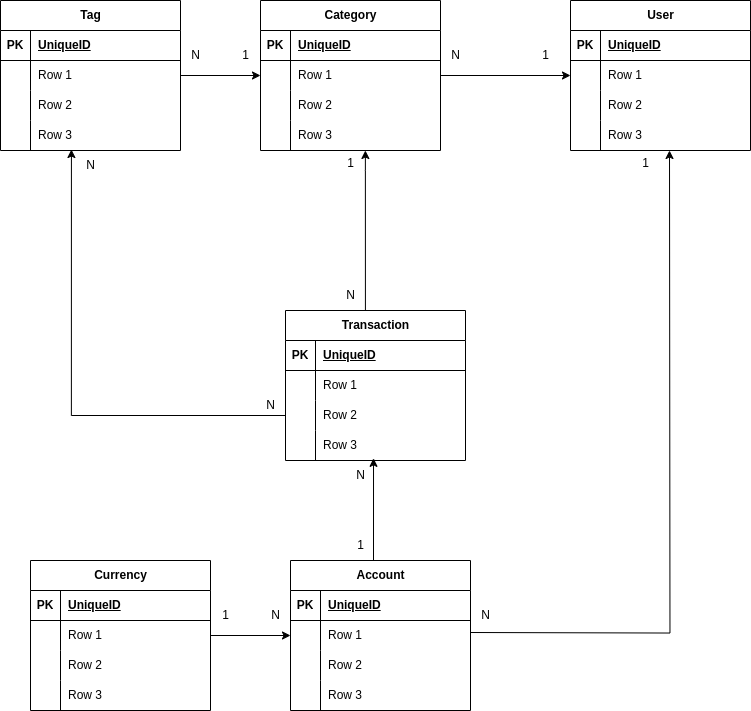
This is docs/db_drawio.png from L1nk3rrr/budget_tracker_lin, a draw.io export, as it was before one commit. Source tidied: cells renumbered, new cells last; positions are measured from the earlier drawing's top-left corner, leaving out a move shared by most shapes.
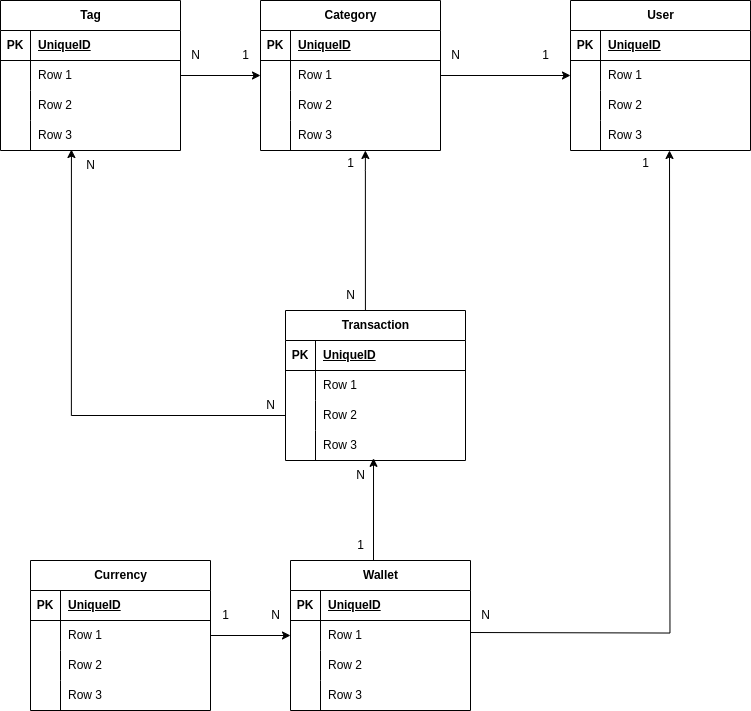
The same file after the commit.

Change to the diagram source:
```diff
@@ -206,7 +206,7 @@
         </Array>
       </mxGeometry>
     </mxCell>
-    <mxCell id="67" value="Account" style="shape=table;startSize=30;rowLines=0;fontStyle=1;align=center;html=1;" parent="1" vertex="1">
+    <mxCell id="67" value="Wallet" style="shape=table;startSize=30;rowLines=0;fontStyle=1;align=center;html=1;" parent="1" vertex="1">
       <mxGeometry x="290" y="560" width="180" height="150" as="geometry" />
     </mxCell>
     <mxCell id="68" style="shape=tableRow;horizontal=0;startSize=0;swimlaneHead=0;swimlaneBody=0;fillColor=none;top=0;left=0;right=0;bottom=1;" parent="67" vertex="1">
```
